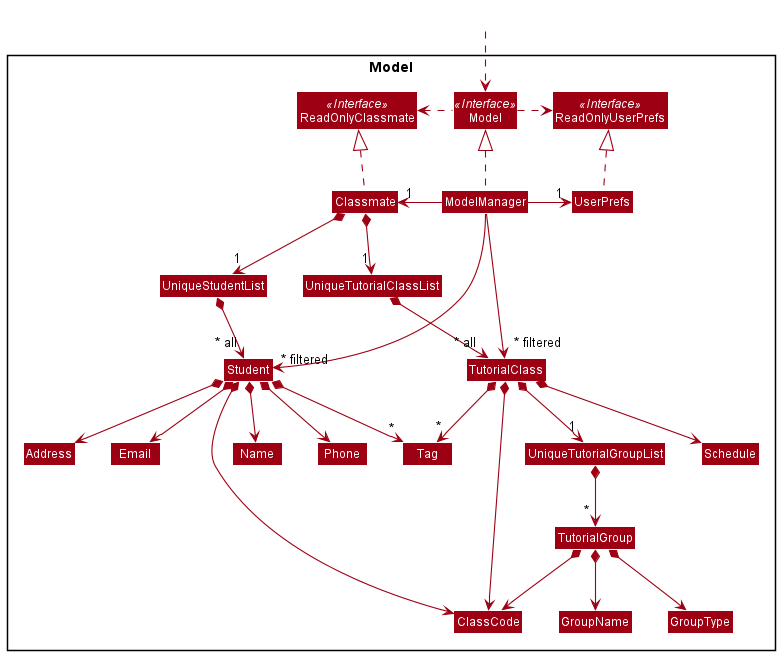
This is docs/diagrams/ModelClassDiagram.png from nus-cs2103-AY2122S1/tp, a PlantUML export, as it was before one commit.
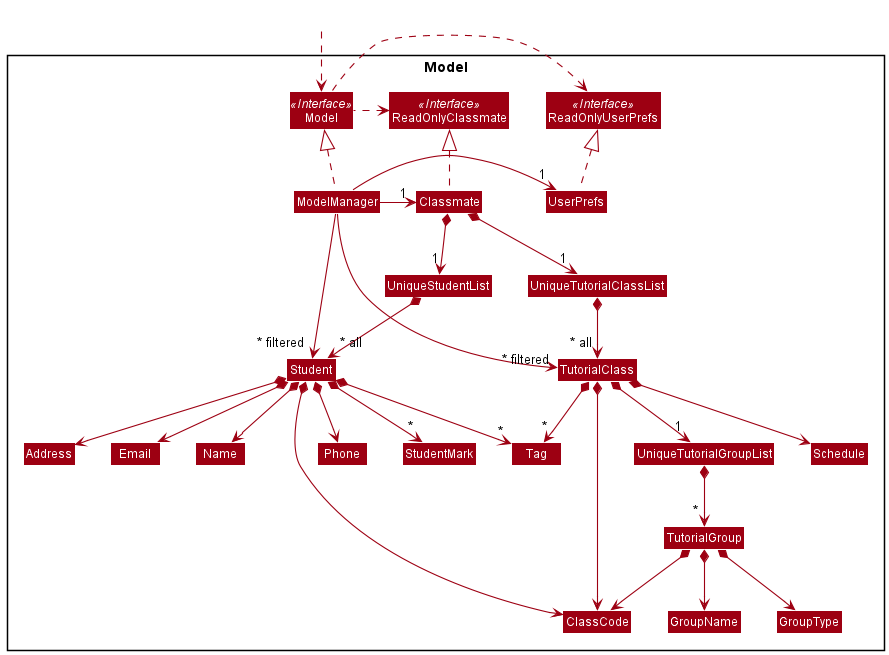
The same file after the commit.

The edit, as a diff of the source:
```diff
@@ -24,6 +24,7 @@
 Class TutorialGroup
 Class Address
 Class Email
+Class StudentMark
 Class Name
 Class Phone
 Class Tag
@@ -58,6 +59,7 @@
 Student *--> Address
 Student *--> ClassCode
 Student *--> "*" Tag
+Student *--> "*" StudentMark
 TutorialClass *--> ClassCode
 TutorialClass *--> "*" Tag
 TutorialClass *--> Schedule
```
